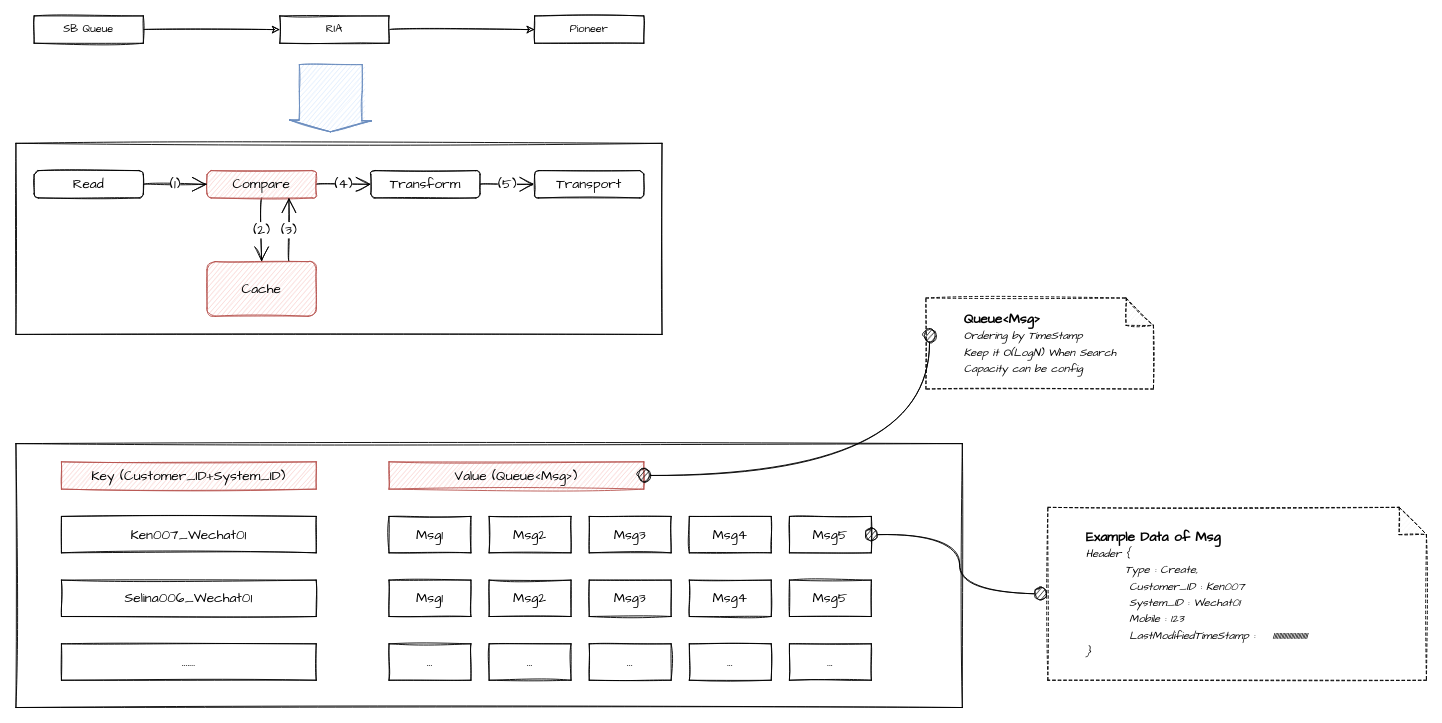
Before: src/Data Sequencing Diagram.drawio in chankamlam/demo, a draw.io diagram. Source tidied: cells renumbered, new cells numbered last; positions are measured from the earlier drawing's top-left corner, leaving out a move shared by most shapes. Both pictures are drawn from the tidied source at 91%, with x=0, y=0 at pixel (15, 15).
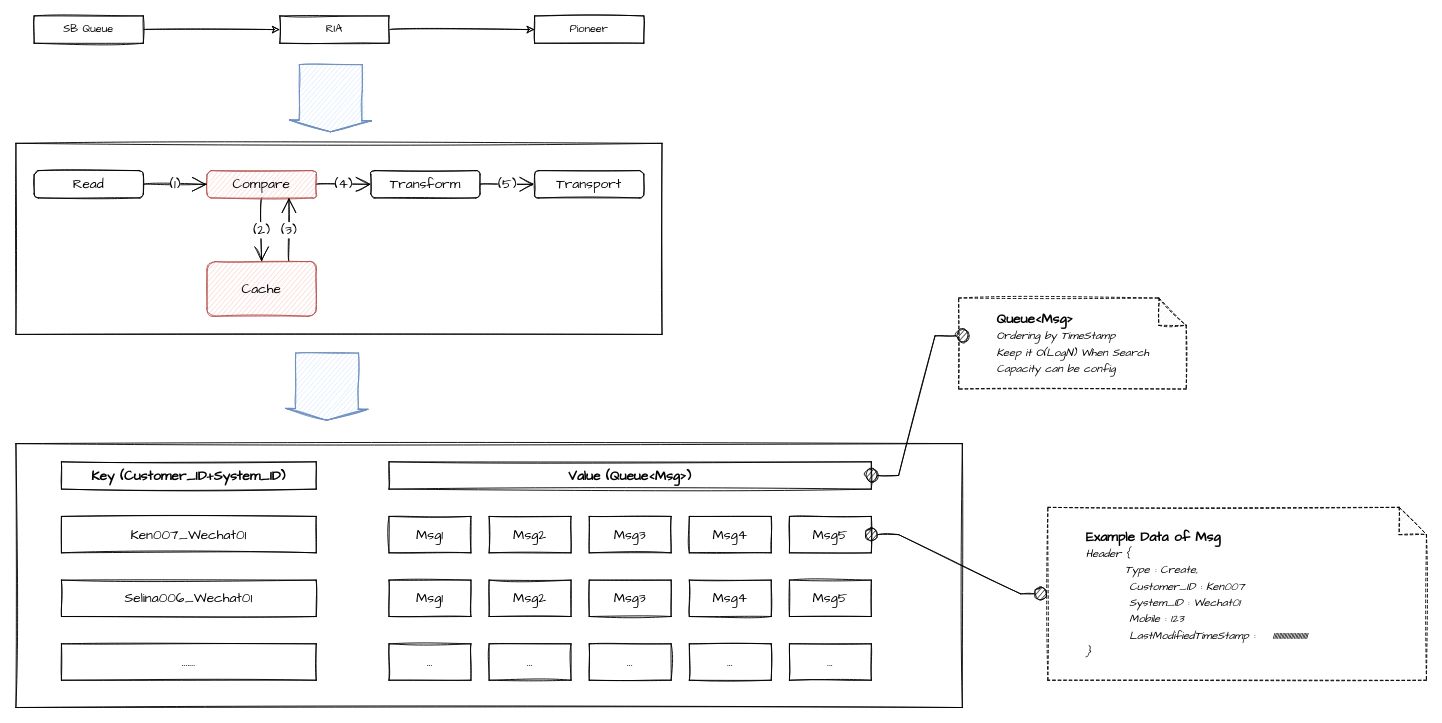
After the change.

The change refers to these unchanged cells:
```xml
<mxCell id="28" value="Msg5" style="rounded=0;whiteSpace=wrap;html=1;shadow=0;glass=0;sketch=1;hachureGap=4;fontFamily=Comic Sans MS;fontSize=15;" parent="1" vertex="1">
  <mxGeometry x="850" y="550" width="90" height="40" as="geometry" />
</mxCell>
<mxCell id="42" value="&lt;blockquote style=&quot;margin: 0 0 0 40px; border: none; padding: 0px;&quot;&gt;&lt;b&gt;Example Data of Msg&amp;nbsp;&lt;br&gt;&lt;/b&gt;&lt;span style=&quot;font-size: 12px;&quot;&gt;&lt;i&gt;Header {&lt;/i&gt;&lt;/span&gt;&lt;/blockquote&gt;&lt;blockquote style=&quot;margin: 0 0 0 40px; border: none; padding: 0px;&quot;&gt;&lt;span style=&quot;font-size: 12px;&quot;&gt;&lt;i&gt;&amp;nbsp; &amp;nbsp; &amp;nbsp; &amp;nbsp; &amp;nbsp;Type : Create,&lt;/i&gt;&lt;/span&gt;&lt;/blockquote&gt;&lt;blockquote style=&quot;margin: 0 0 0 40px; border: none; padding: 0px;&quot;&gt;&lt;span style=&quot;font-size: 12px;&quot;&gt;&lt;i&gt;&amp;nbsp; &amp;nbsp; &amp;nbsp; &amp;nbsp; &amp;nbsp; Customer_ID : Ken007&lt;/i&gt;&lt;/span&gt;&lt;/blockquote&gt;&lt;blockquote style=&quot;margin: 0 0 0 40px; border: none; padding: 0px;&quot;&gt;&lt;span style=&quot;font-size: 12px;&quot;&gt;&lt;i&gt;&amp;nbsp; &amp;nbsp; &amp;nbsp; &amp;nbsp; &amp;nbsp; System_ID : Wechat01&lt;/i&gt;&lt;/span&gt;&lt;/blockquote&gt;&lt;blockquote style=&quot;margin: 0 0 0 40px; border: none; padding: 0px;&quot;&gt;&lt;span style=&quot;font-size: 12px;&quot;&gt;&lt;i&gt;&amp;nbsp; &amp;nbsp; &amp;nbsp; &amp;nbsp; &amp;nbsp; Mobile : 123&lt;/i&gt;&lt;/span&gt;&lt;/blockquote&gt;&lt;blockquote style=&quot;margin: 0 0 0 40px; border: none; padding: 0px;&quot;&gt;&lt;span style=&quot;font-size: 12px;&quot;&gt;&lt;i&gt;&amp;nbsp; &amp;nbsp; &amp;nbsp; &amp;nbsp; &amp;nbsp; LastModifiedTimeStamp :&amp;nbsp; &amp;nbsp; 1111111111111111111111111&lt;/i&gt;&lt;/span&gt;&lt;/blockquote&gt;&lt;blockquote style=&quot;margin: 0 0 0 40px; border: none; padding: 0px;&quot;&gt;&lt;span style=&quot;font-size: 12px;&quot;&gt;&lt;i&gt;}&lt;/i&gt;&lt;/span&gt;&lt;/blockquote&gt;" style="shape=note;whiteSpace=wrap;html=1;backgroundOutline=1;darkOpacity=0.05;rounded=0;shadow=0;glass=0;sketch=1;hachureGap=4;fontFamily=Comic Sans MS;fontSize=15;align=left;dashed=1;" parent="1" vertex="1">
  <mxGeometry x="1134" y="540" width="416" height="190" as="geometry" />
</mxCell>
```

Change to the diagram source:
```diff
@@
     <mxCell id="2" value="&lt;blockquote style=&quot;margin: 0 0 0 40px; border: none; padding: 0px;&quot;&gt;&lt;b&gt;Queue&amp;lt;Msg&amp;gt;&lt;br&gt;&lt;/b&gt;&lt;font style=&quot;font-size: 12px;&quot;&gt;&lt;i&gt;Ordering by TimeStamp&lt;br&gt;&lt;/i&gt;&lt;/font&gt;&lt;font style=&quot;font-size: 12px;&quot;&gt;&lt;i&gt;Keep it O(LogN) When Search&lt;br&gt;&lt;/i&gt;&lt;/font&gt;&lt;font style=&quot;font-size: 12px;&quot;&gt;&lt;i&gt;Capacity can be config&lt;/i&gt;&lt;/font&gt;&lt;/blockquote&gt;" style="shape=note;whiteSpace=wrap;html=1;backgroundOutline=1;darkOpacity=0.05;rounded=0;shadow=0;glass=0;sketch=1;hachureGap=4;fontFamily=Comic Sans MS;fontSize=15;align=left;dashed=1;" parent="1" vertex="1">
-      <mxGeometry x="1000" y="310" width="250" height="100" as="geometry" />
+      <mxGeometry x="1036" y="310" width="250" height="100" as="geometry" />
     </mxCell>
@@
-    <mxCell id="21" value="Key (Customer_ID+System_ID)" style="rounded=0;whiteSpace=wrap;html=1;sketch=1;hachureGap=4;fontFamily=Comic Sans MS;fontSize=15;shadow=0;fillColor=#f8cecc;strokeColor=#b85450;" parent="1" vertex="1">
+    <mxCell id="21" value="Key (Customer_ID+System_ID)" style="rounded=0;whiteSpace=wrap;html=1;sketch=1;hachureGap=4;fontFamily=Comic Sans MS;fontSize=15;shadow=0;fontStyle=1;" parent="1" vertex="1">
       <mxGeometry x="50" y="490" width="280" height="30" as="geometry" />
     </mxCell>
-    <mxCell id="22" value="Value (Queue&amp;lt;Msg&amp;gt;)" style="rounded=0;whiteSpace=wrap;html=1;sketch=1;hachureGap=4;fontFamily=Comic Sans MS;fontSize=15;shadow=0;fillColor=#f8cecc;strokeColor=#b85450;" parent="1" vertex="1">
-      <mxGeometry x="410" y="490" width="280" height="30" as="geometry" />
+    <mxCell id="22" value="Value (Queue&amp;lt;Msg&amp;gt;)" style="rounded=0;whiteSpace=wrap;html=1;sketch=1;hachureGap=4;fontFamily=Comic Sans MS;fontSize=15;shadow=0;fontStyle=1;" parent="1" vertex="1">
+      <mxGeometry x="410" y="490" width="530" height="30" as="geometry" />
     </mxCell>
@@
-    <mxCell id="41" style="rounded=0;sketch=1;hachureGap=4;jettySize=auto;html=1;exitX=1;exitY=0.5;exitDx=0;exitDy=0;entryX=0.016;entryY=0.416;entryDx=0;entryDy=0;entryPerimeter=0;fontFamily=Comic Sans MS;fontSize=12;endArrow=oval;startSize=14;endSize=14;sourcePerimeterSpacing=8;targetPerimeterSpacing=8;edgeStyle=orthogonalEdgeStyle;curved=1;startArrow=oval;startFill=1;endFill=1;shadow=0;" parent="1" edge="1" source="22" target="2">
+    <mxCell id="41" style="rounded=0;sketch=1;hachureGap=4;jettySize=auto;html=1;exitX=1;exitY=0.5;exitDx=0;exitDy=0;entryX=0.016;entryY=0.416;entryDx=0;entryDy=0;entryPerimeter=0;fontFamily=Comic Sans MS;fontSize=12;endArrow=oval;startSize=14;endSize=14;sourcePerimeterSpacing=8;targetPerimeterSpacing=8;edgeStyle=entityRelationEdgeStyle;startArrow=oval;startFill=1;endFill=1;shadow=0;" parent="1" edge="1" source="22" target="2">
       <mxGeometry relative="1" as="geometry" />
     </mxCell>
@@
-    <mxCell id="43" style="edgeStyle=orthogonalEdgeStyle;curved=1;rounded=0;sketch=1;hachureGap=4;jettySize=auto;html=1;exitX=1;exitY=0.5;exitDx=0;exitDy=0;shadow=0;fontFamily=Comic Sans MS;fontSize=12;startArrow=oval;startFill=1;endArrow=oval;endFill=1;startSize=14;endSize=14;sourcePerimeterSpacing=8;targetPerimeterSpacing=8;" parent="1" edge="1" source="28" target="42">
+    <mxCell id="43" style="edgeStyle=entityRelationEdgeStyle;rounded=0;sketch=1;hachureGap=4;jettySize=auto;html=1;exitX=1;exitY=0.5;exitDx=0;exitDy=0;shadow=0;fontFamily=Comic Sans MS;fontSize=12;startArrow=oval;startFill=1;endArrow=oval;endFill=1;startSize=14;endSize=14;sourcePerimeterSpacing=8;targetPerimeterSpacing=8;" parent="1" edge="1" source="28" target="42">
       <mxGeometry relative="1" as="geometry" />
     </mxCell>
+    <mxCell id="44" style="shape=flexArrow;endArrow=classic;html=1;rounded=0;sketch=1;hachureGap=4;fontFamily=Comic Sans MS;fontSize=15;startSize=14;endSize=3.818181818181818;sourcePerimeterSpacing=8;targetPerimeterSpacing=8;curved=1;entryX=0.481;entryY=-0.025;entryDx=0;entryDy=0;entryPerimeter=0;width=69.09090909090908;fillColor=#dae8fc;strokeColor=#6c8ebf;" parent="1" edge="1">
+      <mxGeometry relative="1" as="geometry">
+        <mxPoint x="342" y="370" as="sourcePoint" />
+        <mxPoint x="341.5" y="444.8" as="targetPoint" />
+        <Array as="points">
+          <mxPoint x="342" y="400" />
+        </Array>
+      </mxGeometry>
+    </mxCell>
```
